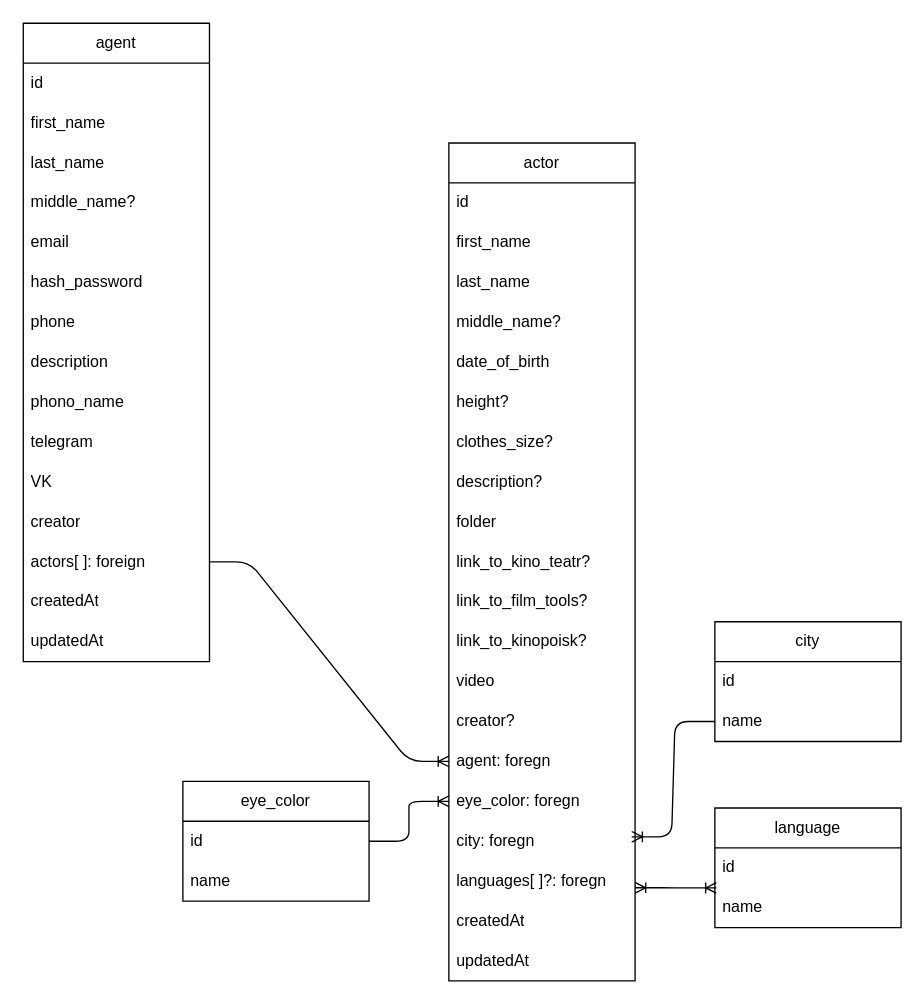
Earlier version of the draw.io diagram server/shcema.drawio (ossla/kc_agency). Source tidied: cells renumbered, new cells numbered last; positions are measured from the earlier drawing's top-left corner, leaving out a move shared by most shapes. Both pictures are drawn from the tidied source at 133%, with x=0, y=0 at pixel (23, 23).
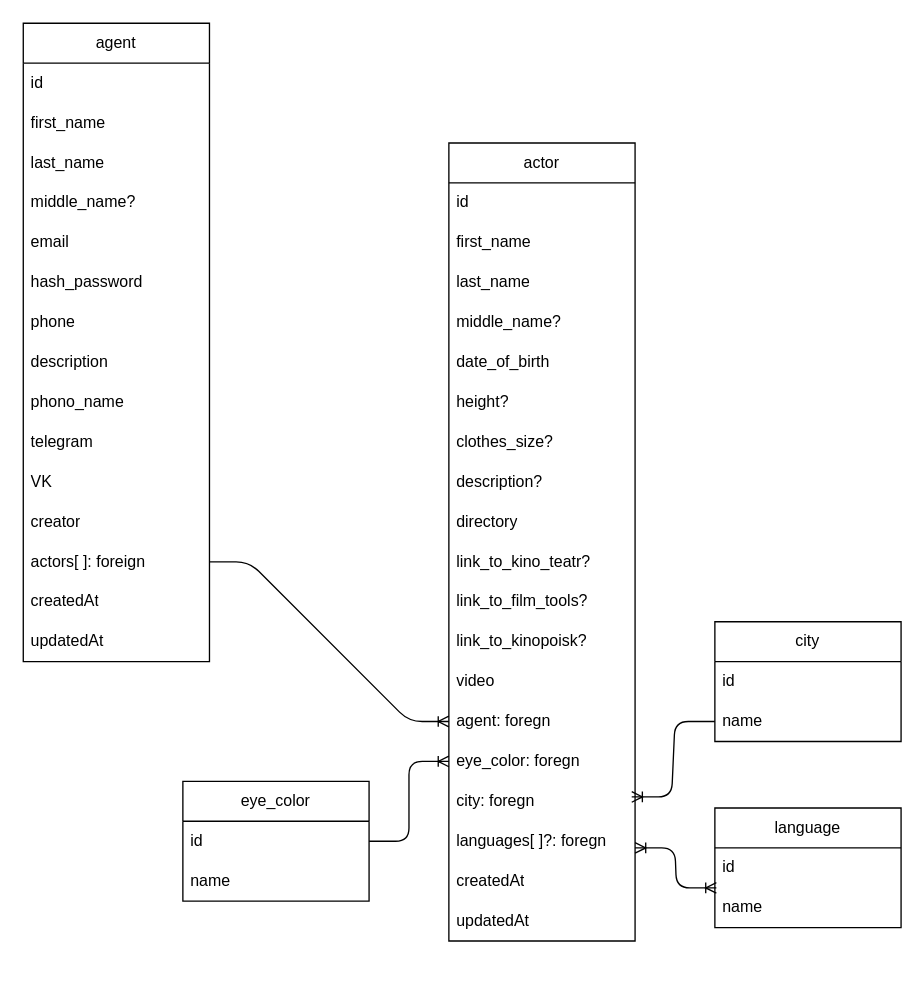
The same page after the edit.

What changed in the source:
```diff
@@
     <mxCell id="2" value="actor" style="swimlane;fontStyle=0;horizontal=1;startSize=30;whiteSpace=wrap;html=1;" parent="1" vertex="1">
-      <mxGeometry x="320" y="90" width="140" height="630" as="geometry" />
+      <mxGeometry x="320" y="90" width="140" height="600" as="geometry" />
     </mxCell>
@@
-    <mxCell id="11" value="folder" style="text;strokeColor=none;fillColor=none;align=left;verticalAlign=middle;spacingLeft=4;spacingRight=4;overflow=hidden;whiteSpace=wrap;html=1;" parent="2" vertex="1">
+    <mxCell id="11" value="directory" style="text;strokeColor=none;fillColor=none;align=left;verticalAlign=middle;spacingLeft=4;spacingRight=4;overflow=hidden;whiteSpace=wrap;html=1;" parent="2" vertex="1">
       <mxGeometry y="270" width="140" height="30" as="geometry" />
     </mxCell>
@@
-    <mxCell id="16" value="creator?" style="text;strokeColor=none;fillColor=none;align=left;verticalAlign=middle;spacingLeft=4;spacingRight=4;overflow=hidden;whiteSpace=wrap;html=1;" parent="2" vertex="1">
-      <mxGeometry y="420" width="140" height="30" as="geometry" />
-    </mxCell>
     <mxCell id="17" value="agent:&amp;nbsp;&lt;span style=&quot;color: rgb(0, 0, 0);&quot;&gt;foregn&lt;/span&gt;" style="text;strokeColor=none;fillColor=none;align=left;verticalAlign=middle;spacingLeft=4;spacingRight=4;overflow=hidden;points=[[0,0.5],[1,0.5]];portConstraint=eastwest;whiteSpace=wrap;html=1;" parent="2" vertex="1">
-      <mxGeometry y="450" width="140" height="30" as="geometry" />
+      <mxGeometry y="420" width="140" height="30" as="geometry" />
     </mxCell>
     <mxCell id="18" value="eye_color:&amp;nbsp;&lt;span style=&quot;color: rgb(0, 0, 0);&quot;&gt;foregn&lt;/span&gt;" style="text;strokeColor=none;fillColor=none;align=left;verticalAlign=middle;spacingLeft=4;spacingRight=4;overflow=hidden;points=[[0,0.5],[1,0.5]];portConstraint=eastwest;whiteSpace=wrap;html=1;" parent="2" vertex="1">
-      <mxGeometry y="480" width="140" height="30" as="geometry" />
+      <mxGeometry y="450" width="140" height="30" as="geometry" />
     </mxCell>
     <mxCell id="19" value="city: foregn" style="text;strokeColor=none;fillColor=none;align=left;verticalAlign=middle;spacingLeft=4;spacingRight=4;overflow=hidden;points=[[0,0.5],[1,0.5]];portConstraint=eastwest;whiteSpace=wrap;html=1;" parent="2" vertex="1">
-      <mxGeometry y="510" width="140" height="30" as="geometry" />
+      <mxGeometry y="480" width="140" height="30" as="geometry" />
     </mxCell>
     <mxCell id="20" value="languages[ ]?: foregn" style="text;strokeColor=none;fillColor=none;align=left;verticalAlign=middle;spacingLeft=4;spacingRight=4;overflow=hidden;points=[[0,0.5],[1,0.5]];portConstraint=eastwest;whiteSpace=wrap;html=1;" parent="2" vertex="1">
-      <mxGeometry y="540" width="140" height="30" as="geometry" />
+      <mxGeometry y="510" width="140" height="30" as="geometry" />
     </mxCell>
     <mxCell id="21" value="createdAt" style="text;strokeColor=none;fillColor=none;align=left;verticalAlign=middle;spacingLeft=4;spacingRight=4;overflow=hidden;whiteSpace=wrap;html=1;" parent="2" vertex="1">
-      <mxGeometry y="570" width="140" height="30" as="geometry" />
+      <mxGeometry y="540" width="140" height="30" as="geometry" />
     </mxCell>
     <mxCell id="22" value="updatedAt" style="text;strokeColor=none;fillColor=none;align=left;verticalAlign=middle;spacingLeft=4;spacingRight=4;overflow=hidden;whiteSpace=wrap;html=1;" parent="2" vertex="1">
-      <mxGeometry y="600" width="140" height="30" as="geometry" />
+      <mxGeometry y="570" width="140" height="30" as="geometry" />
     </mxCell>
```
